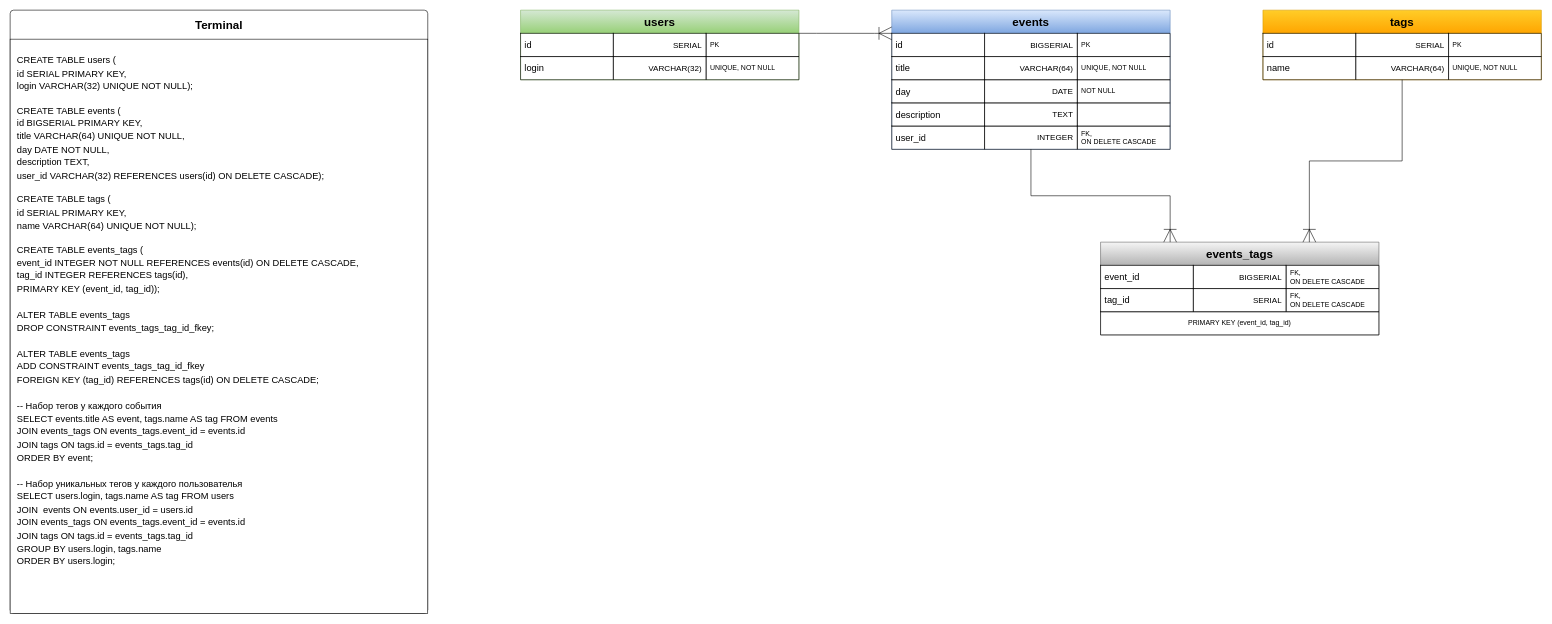
Above: server/my_history.drawio in EugeneKovalskyi/MyHistory (draw.io), before the change. Source tidied: cells renumbered, new cells numbered last; positions are measured from the earlier drawing's top-left corner, leaving out a move shared by most shapes. Both pictures are drawn from the tidied source at 58%, with x=0, y=0 at pixel (10, 10).
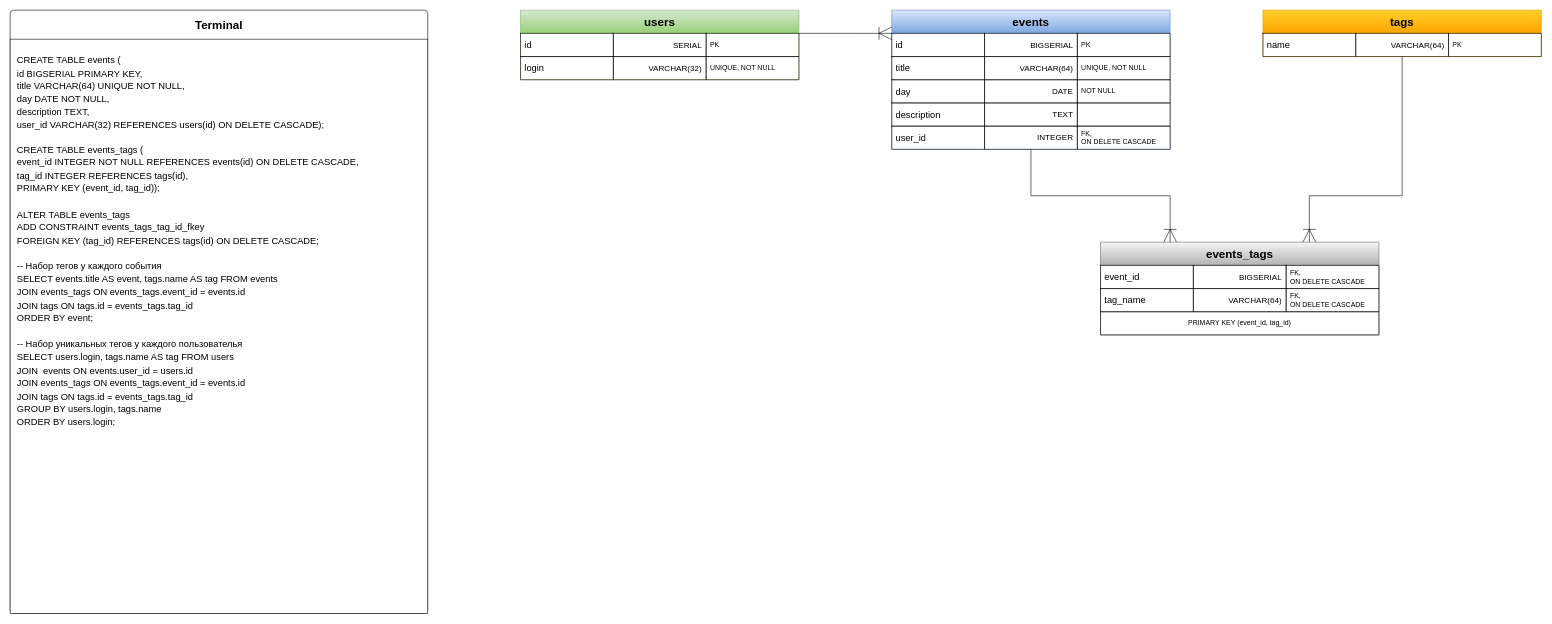
The same page after the edit.

Unchanged cells that the change refers to:
```xml
<mxCell id="32" value="events_tags" style="swimlane;whiteSpace=wrap;html=1;startSize=40;fontStyle=1;fontSize=20;fillColor=#f5f5f5;gradientColor=#b3b3b3;strokeColor=light-dark(#666666,#FFFFFF);" parent="1" vertex="1">
  <mxGeometry x="1880" y="400" width="480" height="160" as="geometry" />
</mxCell>
<mxCell id="43" value="&lt;b&gt;&lt;font style=&quot;font-size: 20px;&quot;&gt;Terminal&lt;/font&gt;&lt;/b&gt;" style="swimlane;horizontal=1;startSize=50;rounded=1;fontSize=16;fontStyle=1;strokeWidth=1;shadow=0;dashed=0;align=center;arcSize=4;whiteSpace=wrap;html=1;fillColor=light-dark(#FFFFFF,#242424);swimlaneHead=1;swimlaneBody=1;absoluteArcSize=0;strokeColor=light-dark(#000000,#BFBFBF);glass=0;swimlaneLine=0;autosizeGrid=1;backgroundOutline=0;overflow=visible;" parent="1" vertex="1">
  <mxGeometry width="720" height="1040" as="geometry" />
</mxCell>
```

Change to the diagram source:
```diff
@@
     <mxCell id="25" value="tags" style="swimlane;whiteSpace=wrap;html=1;startSize=40;fontStyle=1;fontSize=20;fillColor=#ffcd28;gradientColor=#ffa500;strokeColor=#d79b00;" parent="1" vertex="1">
-      <mxGeometry x="2160" width="480" height="120" as="geometry" />
+      <mxGeometry x="2160" width="480" height="80" as="geometry" />
     </mxCell>
-    <mxCell id="26" value="SERIAL" style="shape=partialRectangle;fillColor=none;top=1;left=1;bottom=1;right=1;align=right;spacingLeft=5;fontStyle=0;overflow=hidden;html=1;whiteSpace=wrap;spacingRight=5;fontSize=14;strokeColor=default;verticalAlign=middle;fontFamily=Helvetica;fontColor=default;" parent="25" vertex="1">
-      <mxGeometry x="160" y="40" width="160" height="40" as="geometry" />
-    </mxCell>
-    <mxCell id="27" value="&lt;div align=&quot;left&quot;&gt;id&lt;/div&gt;" style="shape=partialRectangle;fillColor=none;top=1;left=1;bottom=1;right=1;align=left;spacingLeft=5;fontStyle=0;overflow=hidden;html=1;whiteSpace=wrap;spacingRight=5;fontSize=16;strokeColor=default;verticalAlign=middle;fontFamily=Helvetica;fontColor=default;" parent="25" vertex="1">
-      <mxGeometry y="40" width="160" height="40" as="geometry" />
-    </mxCell>
-    <mxCell id="28" value="PK" style="shape=partialRectangle;fillColor=none;top=1;left=1;bottom=1;right=1;align=left;spacingLeft=5;fontStyle=0;overflow=hidden;html=1;whiteSpace=wrap;spacingRight=5;fontSize=12;strokeColor=default;verticalAlign=middle;fontFamily=Helvetica;fontColor=default;" parent="25" vertex="1">
-      <mxGeometry x="320" y="40" width="160" height="40" as="geometry" />
-    </mxCell>
     <mxCell id="29" value="VARCHAR(64)" style="shape=partialRectangle;fillColor=none;top=1;left=1;bottom=1;right=1;align=right;spacingLeft=5;fontStyle=0;overflow=hidden;html=1;whiteSpace=wrap;spacingRight=5;fontSize=14;strokeColor=default;verticalAlign=middle;fontFamily=Helvetica;fontColor=default;" parent="25" vertex="1">
-      <mxGeometry x="160" y="80" width="160" height="40" as="geometry" />
+      <mxGeometry x="160" y="40" width="160" height="40" as="geometry" />
     </mxCell>
     <mxCell id="30" value="name" style="shape=partialRectangle;fillColor=none;top=1;left=1;bottom=1;right=1;align=left;spacingLeft=5;fontStyle=0;overflow=hidden;html=1;whiteSpace=wrap;spacingRight=5;fontSize=16;strokeColor=default;verticalAlign=middle;fontFamily=Helvetica;fontColor=default;" parent="25" vertex="1">
-      <mxGeometry y="80" width="160" height="40" as="geometry" />
+      <mxGeometry y="40" width="160" height="40" as="geometry" />
     </mxCell>
-    <mxCell id="31" value="UNIQUE, NOT NULL" style="shape=partialRectangle;fillColor=none;top=1;left=1;bottom=1;right=1;align=left;spacingLeft=5;fontStyle=0;overflow=hidden;html=1;whiteSpace=wrap;spacingRight=5;fontSize=12;strokeColor=default;verticalAlign=middle;fontFamily=Helvetica;fontColor=default;" parent="25" vertex="1">
-      <mxGeometry x="320" y="80" width="160" height="40" as="geometry" />
+    <mxCell id="31" value="PK" style="shape=partialRectangle;fillColor=none;top=1;left=1;bottom=1;right=1;align=left;spacingLeft=5;fontStyle=0;overflow=hidden;html=1;whiteSpace=wrap;spacingRight=5;fontSize=12;strokeColor=default;verticalAlign=middle;fontFamily=Helvetica;fontColor=default;" parent="25" vertex="1">
+      <mxGeometry x="320" y="40" width="160" height="40" as="geometry" />
     </mxCell>
@@
-    <mxCell id="36" value="SERIAL" style="shape=partialRectangle;fillColor=none;top=1;left=1;bottom=1;right=1;align=right;spacingLeft=5;fontStyle=0;overflow=hidden;html=1;whiteSpace=wrap;spacingRight=5;fontSize=14;strokeColor=default;verticalAlign=middle;fontFamily=Helvetica;fontColor=default;" parent="32" vertex="1">
+    <mxCell id="36" value="VARCHAR(64)" style="shape=partialRectangle;fillColor=none;top=1;left=1;bottom=1;right=1;align=right;spacingLeft=5;fontStyle=0;overflow=hidden;html=1;whiteSpace=wrap;spacingRight=5;fontSize=14;strokeColor=default;verticalAlign=middle;fontFamily=Helvetica;fontColor=default;" parent="32" vertex="1">
       <mxGeometry x="160" y="80" width="160" height="40" as="geometry" />
     </mxCell>
-    <mxCell id="37" value="tag_id" style="shape=partialRectangle;fillColor=none;top=1;left=1;bottom=1;right=1;align=left;spacingLeft=5;fontStyle=0;overflow=hidden;html=1;whiteSpace=wrap;spacingRight=5;fontSize=16;strokeColor=default;verticalAlign=middle;fontFamily=Helvetica;fontColor=default;" parent="32" vertex="1">
+    <mxCell id="37" value="tag_name" style="shape=partialRectangle;fillColor=none;top=1;left=1;bottom=1;right=1;align=left;spacingLeft=5;fontStyle=0;overflow=hidden;html=1;whiteSpace=wrap;spacingRight=5;fontSize=16;strokeColor=default;verticalAlign=middle;fontFamily=Helvetica;fontColor=default;" parent="32" vertex="1">
       <mxGeometry y="80" width="160" height="40" as="geometry" />
     </mxCell>
@@
     <mxCell id="41" style="edgeStyle=orthogonalEdgeStyle;fontSize=12;html=1;endArrow=ERoneToMany;rounded=0;exitX=0.5;exitY=1;exitDx=0;exitDy=0;strokeWidth=1;endSize=20;entryX=0.75;entryY=0;entryDx=0;entryDy=0;" parent="1" edge="1" source="25" target="32">
       <mxGeometry relative="1" as="geometry">
         <Array as="points">
-          <mxPoint x="2400" y="260" />
-          <mxPoint x="2240" y="260" />
+          <mxPoint x="2400" y="320" />
+          <mxPoint x="2240" y="320" />
         </Array>
       </mxGeometry>
     </mxCell>
@@
-    <mxCell id="44" value="&lt;div&gt;&lt;br&gt;&lt;/div&gt;&lt;div style=&quot;line-height: 140%;&quot;&gt;CREATE TABLE users (&lt;/div&gt;&lt;div style=&quot;line-height: 140%;&quot;&gt;id SERIAL PRIMARY KEY,&lt;br&gt;&lt;/div&gt;&lt;div style=&quot;line-height: 140%;&quot;&gt;login VARCHAR(32) UNIQUE NOT NULL);&lt;/div&gt;&lt;div&gt;&lt;br&gt;&lt;/div&gt;&lt;div style=&quot;line-height: 140%;&quot;&gt;CREATE TABLE events (&lt;/div&gt;&lt;div style=&quot;line-height: 140%;&quot;&gt;id BIGSERIAL PRIMARY KEY,&lt;/div&gt;&lt;div style=&quot;line-height: 140%;&quot;&gt;title VARCHAR(64) UNIQUE NOT NULL,&lt;/div&gt;&lt;div style=&quot;line-height: 140%;&quot;&gt;day DATE NOT NULL,&lt;/div&gt;&lt;div style=&quot;line-height: 140%;&quot;&gt;description TEXT,&lt;/div&gt;&lt;div style=&quot;line-height: 140%;&quot;&gt;user_id VARCHAR(32) REFERENCES users(id) ON DELETE CASCADE);&lt;/div&gt;&lt;div&gt;&lt;br&gt;&lt;/div&gt;&lt;div style=&quot;line-height: 140%;&quot;&gt;CREATE TABLE tags (&lt;/div&gt;&lt;div style=&quot;line-height: 140%;&quot;&gt;id SERIAL PRIMARY KEY,&lt;/div&gt;&lt;div style=&quot;line-height: 140%;&quot;&gt;name VARCHAR(64) UNIQUE NOT NULL);&lt;/div&gt;&lt;div&gt;&lt;br&gt;&lt;/div&gt;&lt;div style=&quot;line-height: 140%;&quot;&gt;CREATE TABLE events_tags (&lt;/div&gt;&lt;div style=&quot;line-height: 140%;&quot;&gt;event_id INTEGER NOT NULL&amp;nbsp;REFERENCES events(id) ON DELETE CASCADE,&lt;/div&gt;&lt;div style=&quot;line-height: 140%;&quot;&gt;tag_id INTEGER&amp;nbsp;REFERENCES tags(id),&lt;br&gt;&lt;/div&gt;&lt;div style=&quot;line-height: 140%;&quot;&gt;PRIMARY KEY (event_id, tag_id));&lt;/div&gt;&lt;div style=&quot;line-height: 140%;&quot;&gt;&lt;br&gt;&lt;/div&gt;&lt;div style=&quot;line-height: 140%;&quot;&gt;ALTER TABLE events_tags&amp;nbsp;&lt;/div&gt;&lt;div style=&quot;line-height: 140%;&quot;&gt;DROP CONSTRAINT events_tags_tag_id_fkey;&lt;/div&gt;&lt;div style=&quot;line-height: 140%;&quot;&gt;&lt;br&gt;&lt;/div&gt;&lt;div style=&quot;line-height: 140%;&quot;&gt;ALTER TABLE events_tags&amp;nbsp;&lt;/div&gt;&lt;div style=&quot;line-height: 140%;&quot;&gt;ADD CONSTRAINT events_tags_tag_id_fkey&amp;nbsp;&lt;/div&gt;&lt;div style=&quot;line-height: 140%;&quot;&gt;FOREIGN KEY (tag_id) REFERENCES tags(id) ON DELETE CASCADE;&lt;/div&gt;&lt;div style=&quot;line-height: 140%;&quot;&gt;&lt;br&gt;&lt;/div&gt;&lt;div style=&quot;line-height: 140%;&quot;&gt;&lt;div style=&quot;line-height: 140%;&quot;&gt;-- Набор тегов у каждого события&lt;/div&gt;&lt;div style=&quot;line-height: 140%;&quot;&gt;SELECT events.title AS event, tags.name AS tag FROM events&lt;/div&gt;&lt;div style=&quot;line-height: 140%;&quot;&gt;JOIN events_tags ON events_tags.event_id = events.id&lt;/div&gt;&lt;div style=&quot;line-height: 140%;&quot;&gt;JOIN tags ON tags.id = events_tags.tag_id&lt;/div&gt;ORDER BY event;&lt;/div&gt;&lt;div style=&quot;line-height: 140%;&quot;&gt;&lt;br&gt;&lt;/div&gt;&lt;div style=&quot;line-height: 140%;&quot;&gt;-- Набор уникальных тегов у каждого пользователья&lt;/div&gt;&lt;div style=&quot;line-height: 140%;&quot;&gt;SELECT users.login, tags.name AS tag FROM users&lt;br&gt;JOIN&amp;nbsp; events ON events.user_id = users.id&lt;/div&gt;&lt;div style=&quot;line-height: 140%;&quot;&gt;JOIN events_tags ON events_tags.event_id = events.id&lt;/div&gt;&lt;div style=&quot;line-height: 140%;&quot;&gt;JOIN tags ON tags.id = events_tags.tag_id&lt;/div&gt;&lt;div style=&quot;line-height: 140%;&quot;&gt;GROUP BY users.login, tags.name&lt;br&gt;&lt;/div&gt;&lt;div style=&quot;line-height: 140%;&quot;&gt;ORDER BY users.login;&lt;/div&gt;&lt;div style=&quot;line-height: 140%;&quot;&gt;&lt;br&gt;&lt;/div&gt;" style="align=left;strokeColor=light-dark(#000000,#BFBFBF);fillColor=light-dark(#FFFFFF,#2B0920);spacingLeft=10;fontSize=16;verticalAlign=top;html=1;strokeWidth=1;backgroundOutline=0;overflow=visible;noLabel=0;imageAspect=1;" parent="43" vertex="1">
+    <mxCell id="44" value="&lt;div&gt;&lt;br&gt;&lt;/div&gt;&lt;div style=&quot;line-height: 140%;&quot;&gt;CREATE TABLE events (&lt;/div&gt;&lt;div style=&quot;line-height: 140%;&quot;&gt;id BIGSERIAL PRIMARY KEY,&lt;/div&gt;&lt;div style=&quot;line-height: 140%;&quot;&gt;title VARCHAR(64) UNIQUE NOT NULL,&lt;/div&gt;&lt;div style=&quot;line-height: 140%;&quot;&gt;day DATE NOT NULL,&lt;/div&gt;&lt;div style=&quot;line-height: 140%;&quot;&gt;description TEXT,&lt;/div&gt;&lt;div style=&quot;line-height: 140%;&quot;&gt;user_id VARCHAR(32) REFERENCES users(id) ON DELETE CASCADE);&lt;/div&gt;&lt;div&gt;&lt;br&gt;&lt;/div&gt;&lt;div style=&quot;line-height: 140%;&quot;&gt;CREATE TABLE events_tags (&lt;/div&gt;&lt;div style=&quot;line-height: 140%;&quot;&gt;event_id INTEGER NOT NULL&amp;nbsp;REFERENCES events(id) ON DELETE CASCADE,&lt;/div&gt;&lt;div style=&quot;line-height: 140%;&quot;&gt;tag_id INTEGER&amp;nbsp;REFERENCES tags(id),&lt;br&gt;&lt;/div&gt;&lt;div style=&quot;line-height: 140%;&quot;&gt;PRIMARY KEY (event_id, tag_id));&lt;/div&gt;&lt;div style=&quot;line-height: 140%;&quot;&gt;&lt;br&gt;&lt;/div&gt;&lt;div style=&quot;line-height: 140%;&quot;&gt;ALTER TABLE events_tags&amp;nbsp;&lt;/div&gt;&lt;div style=&quot;line-height: 140%;&quot;&gt;ADD CONSTRAINT events_tags_tag_id_fkey&amp;nbsp;&lt;/div&gt;&lt;div style=&quot;line-height: 140%;&quot;&gt;FOREIGN KEY (tag_id) REFERENCES tags(id) ON DELETE CASCADE;&lt;/div&gt;&lt;div style=&quot;line-height: 140%;&quot;&gt;&lt;br&gt;&lt;/div&gt;&lt;div style=&quot;line-height: 140%;&quot;&gt;&lt;div style=&quot;line-height: 140%;&quot;&gt;-- Набор тегов у каждого события&lt;/div&gt;&lt;div style=&quot;line-height: 140%;&quot;&gt;SELECT events.title AS event, tags.name AS tag FROM events&lt;/div&gt;&lt;div style=&quot;line-height: 140%;&quot;&gt;JOIN events_tags ON events_tags.event_id = events.id&lt;/div&gt;&lt;div style=&quot;line-height: 140%;&quot;&gt;JOIN tags ON tags.id = events_tags.tag_id&lt;/div&gt;ORDER BY event;&lt;/div&gt;&lt;div style=&quot;line-height: 140%;&quot;&gt;&lt;br&gt;&lt;/div&gt;&lt;div style=&quot;line-height: 140%;&quot;&gt;-- Набор уникальных тегов у каждого пользователья&lt;/div&gt;&lt;div style=&quot;line-height: 140%;&quot;&gt;SELECT users.login, tags.name AS tag FROM users&lt;br&gt;JOIN&amp;nbsp; events ON events.user_id = users.id&lt;/div&gt;&lt;div style=&quot;line-height: 140%;&quot;&gt;JOIN events_tags ON events_tags.event_id = events.id&lt;/div&gt;&lt;div style=&quot;line-height: 140%;&quot;&gt;JOIN tags ON tags.id = events_tags.tag_id&lt;/div&gt;&lt;div style=&quot;line-height: 140%;&quot;&gt;GROUP BY users.login, tags.name&lt;br&gt;&lt;/div&gt;&lt;div style=&quot;line-height: 140%;&quot;&gt;ORDER BY users.login;&lt;/div&gt;&lt;div style=&quot;line-height: 140%;&quot;&gt;&lt;br&gt;&lt;/div&gt;" style="align=left;strokeColor=light-dark(#000000,#BFBFBF);fillColor=light-dark(#FFFFFF,#2B0920);spacingLeft=10;fontSize=16;verticalAlign=top;html=1;strokeWidth=1;backgroundOutline=0;overflow=visible;noLabel=0;imageAspect=1;" parent="43" vertex="1">
       <mxGeometry y="50" width="720" height="990" as="geometry" />
     </mxCell>
```
